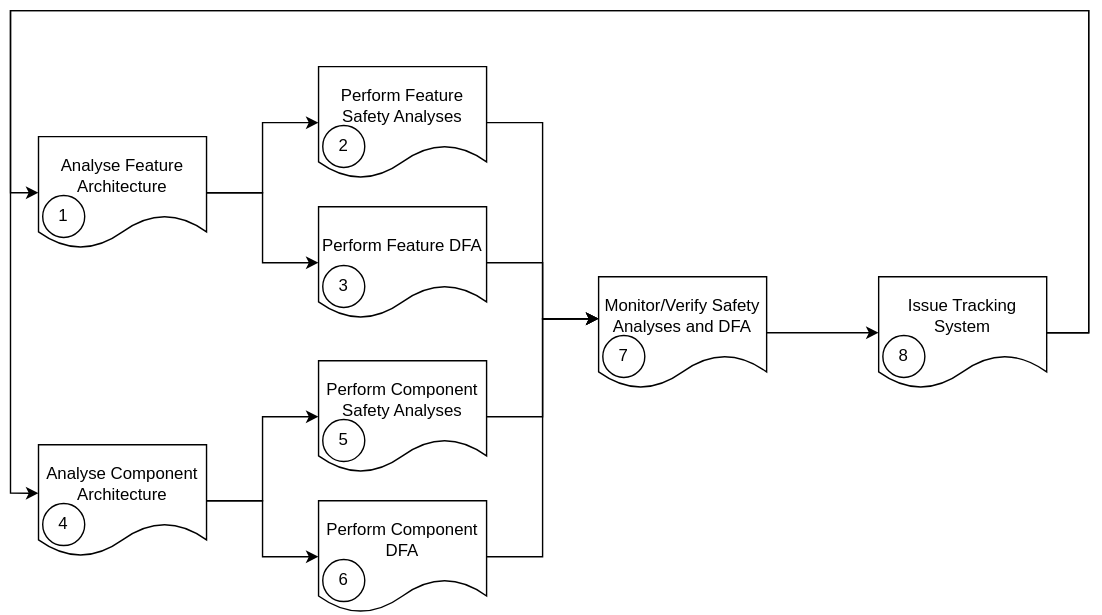
Above: docs/process/process_areas/safety_analysis/_assets/safety_analysis_workflow.drawio.svg in qorix-group/score (draw.io), before the change. Source tidied: cells renumbered, new cells last; positions are measured from the earlier drawing's top-left corner, leaving out a move shared by most shapes.
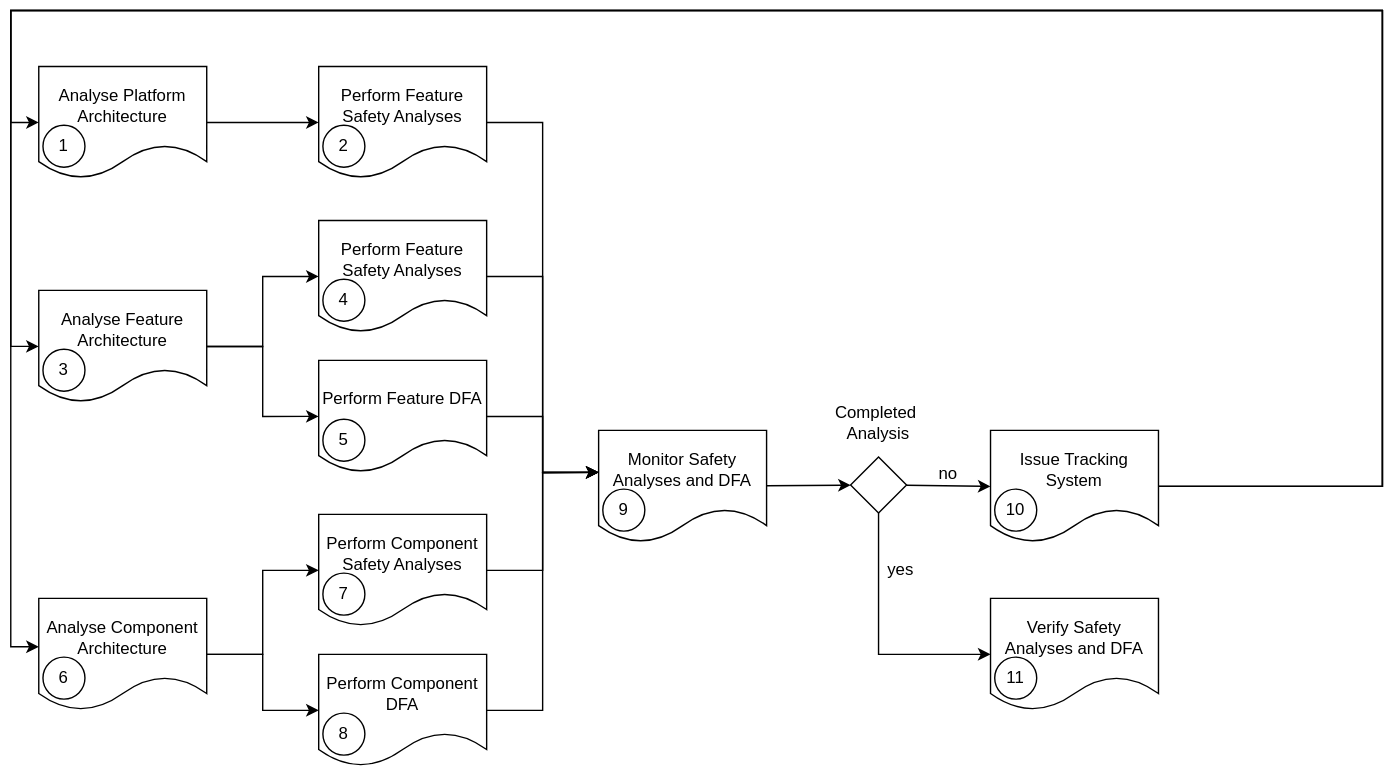
Later version of the same file.

Change to the diagram source:
```diff
@@ -11,7 +11,7 @@
     <mxCell id="4" value="Analyse Feature Architecture" style="shape=document;whiteSpace=wrap;html=1;boundedLbl=1;" parent="1" vertex="1">
       <mxGeometry x="20" y="90" width="120" height="80" as="geometry" />
     </mxCell>
-    <mxCell id="5" value="1" style="ellipse;whiteSpace=wrap;html=1;" parent="1" vertex="1">
+    <mxCell id="5" value="3" style="ellipse;whiteSpace=wrap;html=1;" parent="1" vertex="1">
       <mxGeometry x="23" y="132" width="30" height="30" as="geometry" />
     </mxCell>
     <mxCell id="6" style="edgeStyle=orthogonalEdgeStyle;rounded=0;jettySize=auto;html=1;entryX=0;entryY=0.5;entryDx=0;entryDy=0;" parent="1" edge="1" source="8" target="17">
@@ -23,40 +23,40 @@
     <mxCell id="8" value="Analyse Component Architecture" style="shape=document;whiteSpace=wrap;html=1;boundedLbl=1;" parent="1" vertex="1">
       <mxGeometry x="20" y="310" width="120" height="80" as="geometry" />
     </mxCell>
-    <mxCell id="9" value="4" style="ellipse;whiteSpace=wrap;html=1;" parent="1" vertex="1">
+    <mxCell id="9" value="6" style="ellipse;whiteSpace=wrap;html=1;" parent="1" vertex="1">
       <mxGeometry x="23" y="352" width="30" height="30" as="geometry" />
     </mxCell>
-    <mxCell id="10" style="edgeStyle=orthogonalEdgeStyle;rounded=0;jettySize=auto;html=1;entryX=0;entryY=0.5;entryDx=0;entryDy=0;" parent="1" edge="1" source="11" target="26">
-      <mxGeometry relative="1" as="geometry" />
-    </mxCell>
+    <mxCell id="29" style="edgeStyle=none;html=1;" parent="1" edge="1" source="11" target="41">
+      <mxGeometry relative="1" as="geometry" />
+    </mxCell>
-    <mxCell id="11" value="Monitor/Verify Safety Analyses and DFA" style="shape=document;whiteSpace=wrap;html=1;boundedLbl=1;" parent="1" vertex="1">
+    <mxCell id="11" value="Monitor Safety Analyses and DFA" style="shape=document;whiteSpace=wrap;html=1;boundedLbl=1;" parent="1" vertex="1">
       <mxGeometry x="420" y="190" width="120" height="80" as="geometry" />
     </mxCell>
-    <mxCell id="12" value="7" style="ellipse;whiteSpace=wrap;html=1;" parent="1" vertex="1">
+    <mxCell id="12" value="9" style="ellipse;whiteSpace=wrap;html=1;" parent="1" vertex="1">
       <mxGeometry x="423" y="232" width="30" height="30" as="geometry" />
     </mxCell>
     <mxCell id="13" value="Perform Feature Safety Analyses" style="shape=document;whiteSpace=wrap;html=1;boundedLbl=1;" parent="1" vertex="1">
       <mxGeometry x="220" y="40" width="120" height="80" as="geometry" />
     </mxCell>
-    <mxCell id="14" value="2" style="ellipse;whiteSpace=wrap;html=1;" parent="1" vertex="1">
+    <mxCell id="14" value="4" style="ellipse;whiteSpace=wrap;html=1;" parent="1" vertex="1">
       <mxGeometry x="223" y="82" width="30" height="30" as="geometry" />
     </mxCell>
     <mxCell id="15" value="Perform Feature DFA" style="shape=document;whiteSpace=wrap;html=1;boundedLbl=1;" parent="1" vertex="1">
       <mxGeometry x="220" y="140" width="120" height="80" as="geometry" />
     </mxCell>
-    <mxCell id="16" value="3" style="ellipse;whiteSpace=wrap;html=1;" parent="1" vertex="1">
+    <mxCell id="16" value="5" style="ellipse;whiteSpace=wrap;html=1;" parent="1" vertex="1">
       <mxGeometry x="223" y="182" width="30" height="30" as="geometry" />
     </mxCell>
     <mxCell id="17" value="Perform Component Safety Analyses" style="shape=document;whiteSpace=wrap;html=1;boundedLbl=1;" parent="1" vertex="1">
       <mxGeometry x="220" y="250" width="120" height="80" as="geometry" />
     </mxCell>
-    <mxCell id="18" value="5" style="ellipse;whiteSpace=wrap;html=1;" parent="1" vertex="1">
+    <mxCell id="18" value="7" style="ellipse;whiteSpace=wrap;html=1;" parent="1" vertex="1">
       <mxGeometry x="223" y="292" width="30" height="30" as="geometry" />
     </mxCell>
     <mxCell id="19" value="Perform Component DFA" style="shape=document;whiteSpace=wrap;html=1;boundedLbl=1;" parent="1" vertex="1">
       <mxGeometry x="220" y="350" width="120" height="80" as="geometry" />
     </mxCell>
-    <mxCell id="20" value="6" style="ellipse;whiteSpace=wrap;html=1;" parent="1" vertex="1">
+    <mxCell id="20" value="8" style="ellipse;whiteSpace=wrap;html=1;" parent="1" vertex="1">
       <mxGeometry x="223" y="392" width="30" height="30" as="geometry" />
     </mxCell>
     <mxCell id="21" style="edgeStyle=orthogonalEdgeStyle;rounded=0;jettySize=auto;html=1;" parent="1" edge="1" source="13">
@@ -88,28 +88,93 @@
     <mxCell id="25" style="edgeStyle=none;html=1;entryX=0;entryY=0.5;entryDx=0;entryDy=0;exitX=1;exitY=0.5;exitDx=0;exitDy=0;rounded=0;curved=0;" parent="1" edge="1" source="26" target="4">
       <mxGeometry relative="1" as="geometry">
         <Array as="points">
-          <mxPoint x="770" y="230" />
-          <mxPoint x="770" />
-          <mxPoint />
+          <mxPoint x="980" y="230" />
+          <mxPoint x="980" y="70" />
+          <mxPoint x="980" y="-110" />
+          <mxPoint x="380" y="-110" />
+          <mxPoint y="-110" />
           <mxPoint y="130" />
         </Array>
       </mxGeometry>
     </mxCell>
+    <mxCell id="30" style="edgeStyle=none;html=1;entryX=0;entryY=0.5;entryDx=0;entryDy=0;exitX=1;exitY=0.5;exitDx=0;exitDy=0;rounded=0;curved=0;" parent="1" edge="1" source="26" target="32">
+      <mxGeometry relative="1" as="geometry">
+        <Array as="points">
+          <mxPoint x="980" y="230" />
+          <mxPoint x="980" y="70" />
+          <mxPoint x="980" y="-110" />
+          <mxPoint y="-110" />
+          <mxPoint y="-30" />
+        </Array>
+      </mxGeometry>
+    </mxCell>
     <mxCell id="26" value="Issue Tracking System" style="shape=document;whiteSpace=wrap;html=1;boundedLbl=1;" parent="1" vertex="1">
-      <mxGeometry x="620" y="190" width="120" height="80" as="geometry" />
+      <mxGeometry x="700" y="190" width="120" height="80" as="geometry" />
     </mxCell>
-    <mxCell id="27" value="8" style="ellipse;whiteSpace=wrap;html=1;" parent="1" vertex="1">
-      <mxGeometry x="623" y="232" width="30" height="30" as="geometry" />
+    <mxCell id="27" value="10" style="ellipse;whiteSpace=wrap;html=1;" parent="1" vertex="1">
+      <mxGeometry x="703" y="232" width="30" height="30" as="geometry" />
     </mxCell>
     <mxCell id="28" style="edgeStyle=orthogonalEdgeStyle;rounded=0;jettySize=auto;html=1;entryX=0;entryY=0.433;entryDx=0;entryDy=0;entryPerimeter=0;exitX=1;exitY=0.5;exitDx=0;exitDy=0;strokeWidth=1;" parent="1" edge="1" source="26" target="8">
       <mxGeometry relative="1" as="geometry">
         <Array as="points">
-          <mxPoint x="770" y="230" />
-          <mxPoint x="770" />
-          <mxPoint />
+          <mxPoint x="980" y="230" />
+          <mxPoint x="980" y="-110" />
+          <mxPoint y="-110" />
           <mxPoint y="345" />
         </Array>
       </mxGeometry>
     </mxCell>
+    <mxCell id="31" style="edgeStyle=none;html=1;entryX=0;entryY=0.5;entryDx=0;entryDy=0;" parent="1" edge="1" source="32" target="35">
+      <mxGeometry relative="1" as="geometry" />
+    </mxCell>
+    <mxCell id="32" value="Analyse Platform Architecture" style="shape=document;whiteSpace=wrap;html=1;boundedLbl=1;" parent="1" vertex="1">
+      <mxGeometry x="20" y="-70" width="120" height="80" as="geometry" />
+    </mxCell>
+    <mxCell id="33" value="1" style="ellipse;whiteSpace=wrap;html=1;" parent="1" vertex="1">
+      <mxGeometry x="23" y="-28" width="30" height="30" as="geometry" />
+    </mxCell>
+    <mxCell id="34" style="edgeStyle=none;html=1;exitX=1;exitY=0.5;exitDx=0;exitDy=0;rounded=0;curved=0;" parent="1" edge="1" source="35">
+      <mxGeometry relative="1" as="geometry">
+        <mxPoint x="420" y="220" as="targetPoint" />
+        <Array as="points">
+          <mxPoint x="380" y="-30" />
+          <mxPoint x="380" y="220" />
+        </Array>
+      </mxGeometry>
+    </mxCell>
+    <mxCell id="35" value="Perform Feature Safety Analyses" style="shape=document;whiteSpace=wrap;html=1;boundedLbl=1;" parent="1" vertex="1">
+      <mxGeometry x="220" y="-70" width="120" height="80" as="geometry" />
+    </mxCell>
+    <mxCell id="36" value="2" style="ellipse;whiteSpace=wrap;html=1;" parent="1" vertex="1">
+      <mxGeometry x="223" y="-28" width="30" height="30" as="geometry" />
+    </mxCell>
+    <mxCell id="37" value="Verify Safety Analyses and DFA" style="shape=document;whiteSpace=wrap;html=1;boundedLbl=1;" parent="1" vertex="1">
+      <mxGeometry x="700" y="310" width="120" height="80" as="geometry" />
+    </mxCell>
+    <mxCell id="38" value="11" style="ellipse;whiteSpace=wrap;html=1;" parent="1" vertex="1">
+      <mxGeometry x="703" y="352" width="30" height="30" as="geometry" />
+    </mxCell>
+    <mxCell id="39" style="edgeStyle=none;html=1;entryX=0;entryY=0.5;entryDx=0;entryDy=0;" parent="1" edge="1" source="41" target="26">
+      <mxGeometry relative="1" as="geometry" />
+    </mxCell>
+    <mxCell id="40" style="edgeStyle=none;html=1;entryX=0;entryY=0.5;entryDx=0;entryDy=0;rounded=0;curved=0;" parent="1" edge="1" source="41" target="37">
+      <mxGeometry relative="1" as="geometry">
+        <Array as="points">
+          <mxPoint x="620" y="350" />
+        </Array>
+      </mxGeometry>
+    </mxCell>
+    <mxCell id="41" style="rhombus;whiteSpace=wrap;html=1;" parent="1" vertex="1">
+      <mxGeometry x="600" y="209" width="40" height="40" as="geometry" />
+    </mxCell>
+    <mxCell id="42" value="no" style="text;html=1;align=center;verticalAlign=middle;whiteSpace=wrap;rounded=0;" parent="1" vertex="1">
+      <mxGeometry x="640" y="206" width="60" height="30" as="geometry" />
+    </mxCell>
+    <mxCell id="43" value="yes" style="text;html=1;align=center;verticalAlign=middle;whiteSpace=wrap;rounded=0;" parent="1" vertex="1">
+      <mxGeometry x="606" y="275" width="60" height="30" as="geometry" />
+    </mxCell>
+    <mxCell id="44" value="Completed&amp;nbsp; Analysis" style="text;html=1;align=center;verticalAlign=middle;whiteSpace=wrap;rounded=0;" parent="1" vertex="1">
+      <mxGeometry x="590" y="170" width="60" height="30" as="geometry" />
+    </mxCell>
   </root>
 </mxGraphModel>
```
